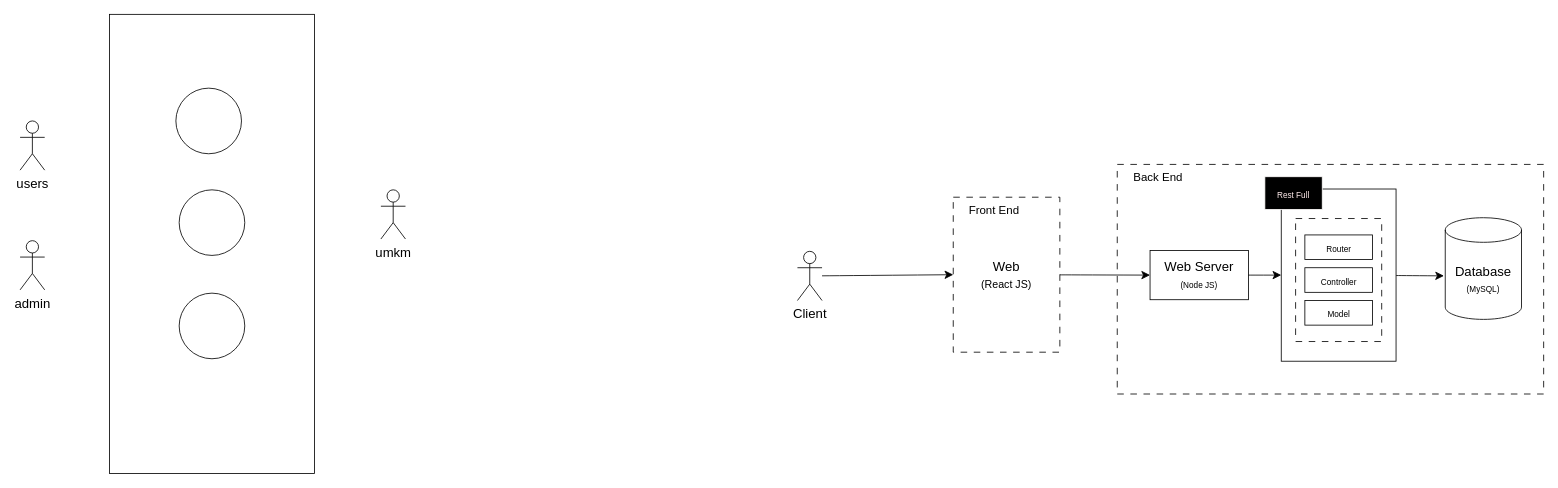
Earlier version of the draw.io diagram page "Architecture" (4 of 5) of uml-diagram.drawio (isalzufari/sayembaara). Source tidied: cells renumbered, new cells numbered last; positions are measured from the earlier drawing's top-left corner, leaving out a move shared by most shapes. Both pictures are drawn from the tidied source at 82%, with x=0, y=0 at pixel (20, 14).
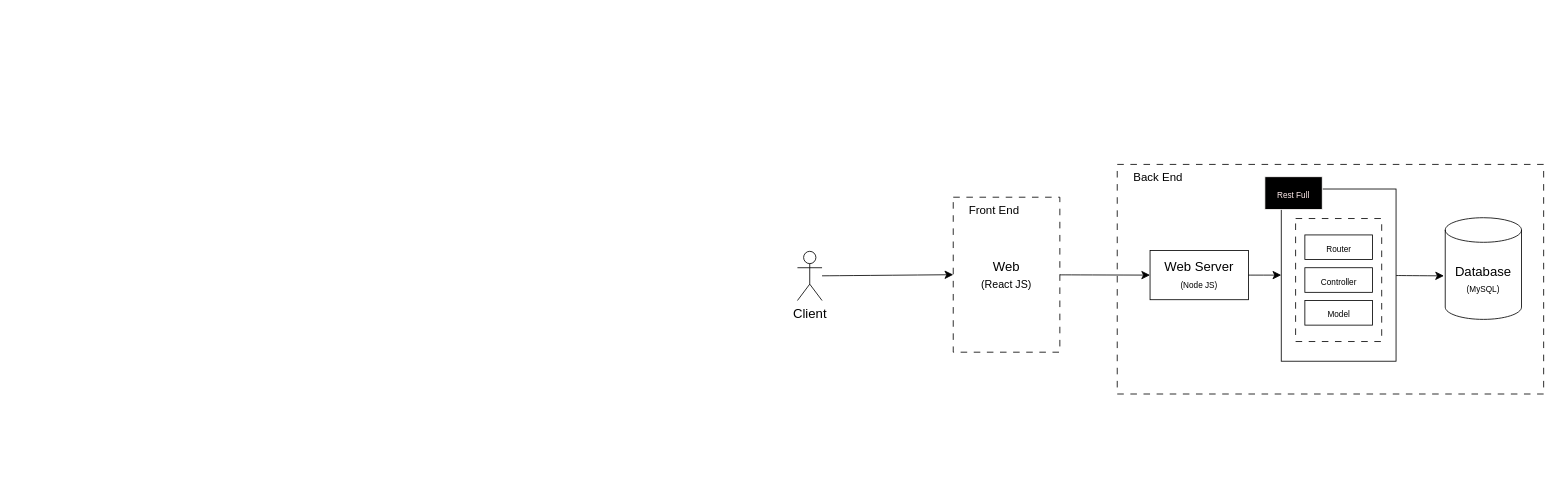
Above is the later version.

The edit, as a diff of the source:
```diff
@@
-    <mxCell id="2" style="rounded=0;whiteSpace=wrap;html=1;fontSize=16;" parent="1" vertex="1">
-      <mxGeometry x="109" width="250" height="560" as="geometry" />
-    </mxCell>
-    <mxCell id="3" value="users" style="shape=umlActor;verticalLabelPosition=bottom;verticalAlign=top;html=1;fontSize=16;" parent="1" vertex="1">
-      <mxGeometry y="130" width="30" height="60" as="geometry" />
-    </mxCell>
-    <mxCell id="4" value="umkm" style="shape=umlActor;verticalLabelPosition=bottom;verticalAlign=top;html=1;fontSize=16;" parent="1" vertex="1">
-      <mxGeometry x="440" y="214" width="30" height="60" as="geometry" />
-    </mxCell>
-    <mxCell id="5" style="ellipse;whiteSpace=wrap;html=1;fontSize=16;" parent="1" vertex="1">
-      <mxGeometry x="190" y="90" width="80" height="80" as="geometry" />
-    </mxCell>
-    <mxCell id="6" style="ellipse;whiteSpace=wrap;html=1;fontSize=16;" parent="1" vertex="1">
-      <mxGeometry x="194" y="214" width="80" height="80" as="geometry" />
-    </mxCell>
-    <mxCell id="7" style="ellipse;whiteSpace=wrap;html=1;fontSize=16;" parent="1" vertex="1">
-      <mxGeometry x="194" y="340" width="80" height="80" as="geometry" />
-    </mxCell>
-    <mxCell id="8" value="admin" style="shape=umlActor;verticalLabelPosition=bottom;verticalAlign=top;html=1;fontSize=16;" parent="1" vertex="1">
-      <mxGeometry y="276" width="30" height="60" as="geometry" />
-    </mxCell>
```
